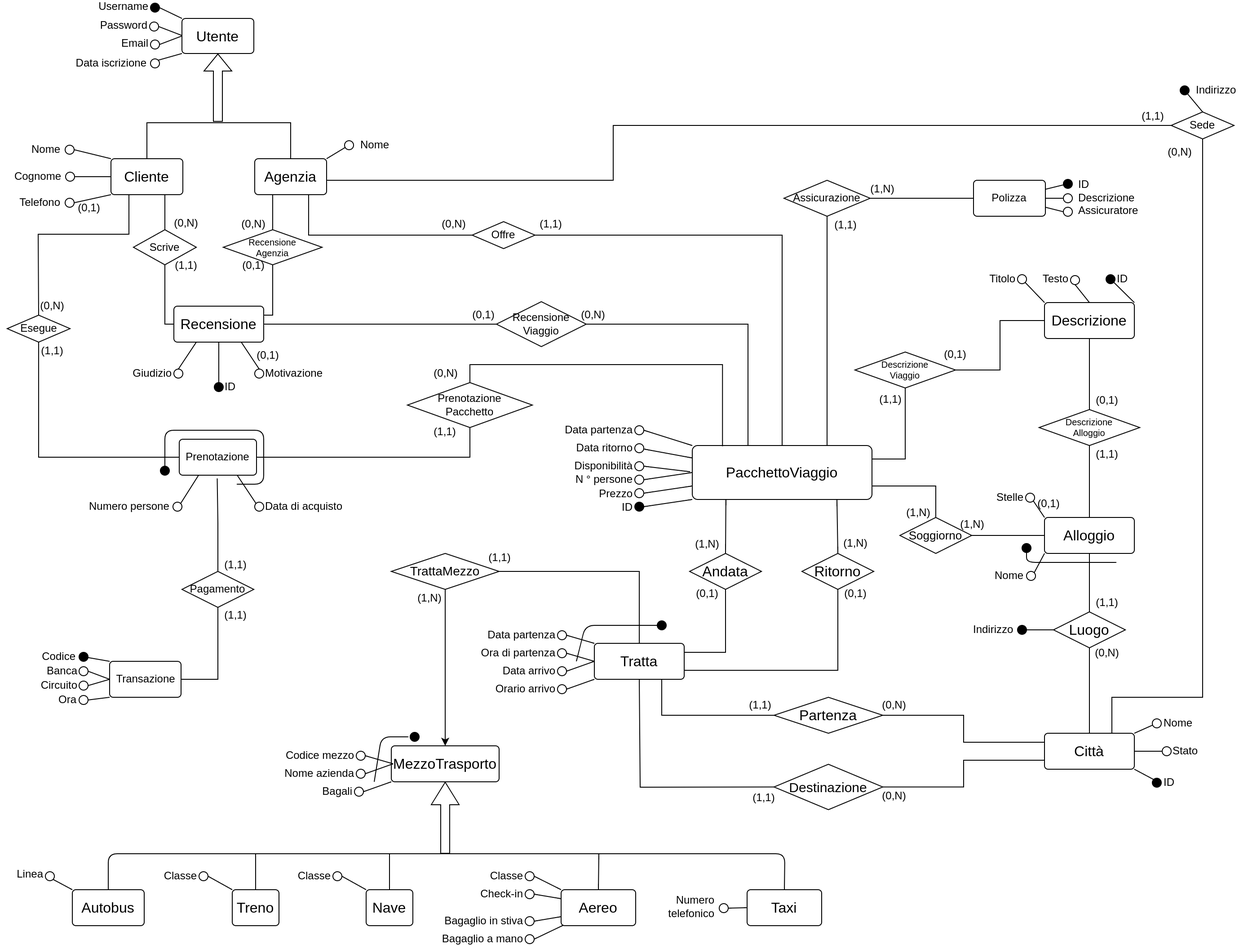
The draw.io diagram relazione/assets/ER_concettuale.png in bustre/Easy-travel, before a commit. Source tidied: cells renumbered, new cells last; positions are measured from the earlier drawing's top-left corner, leaving out a move shared by most shapes.
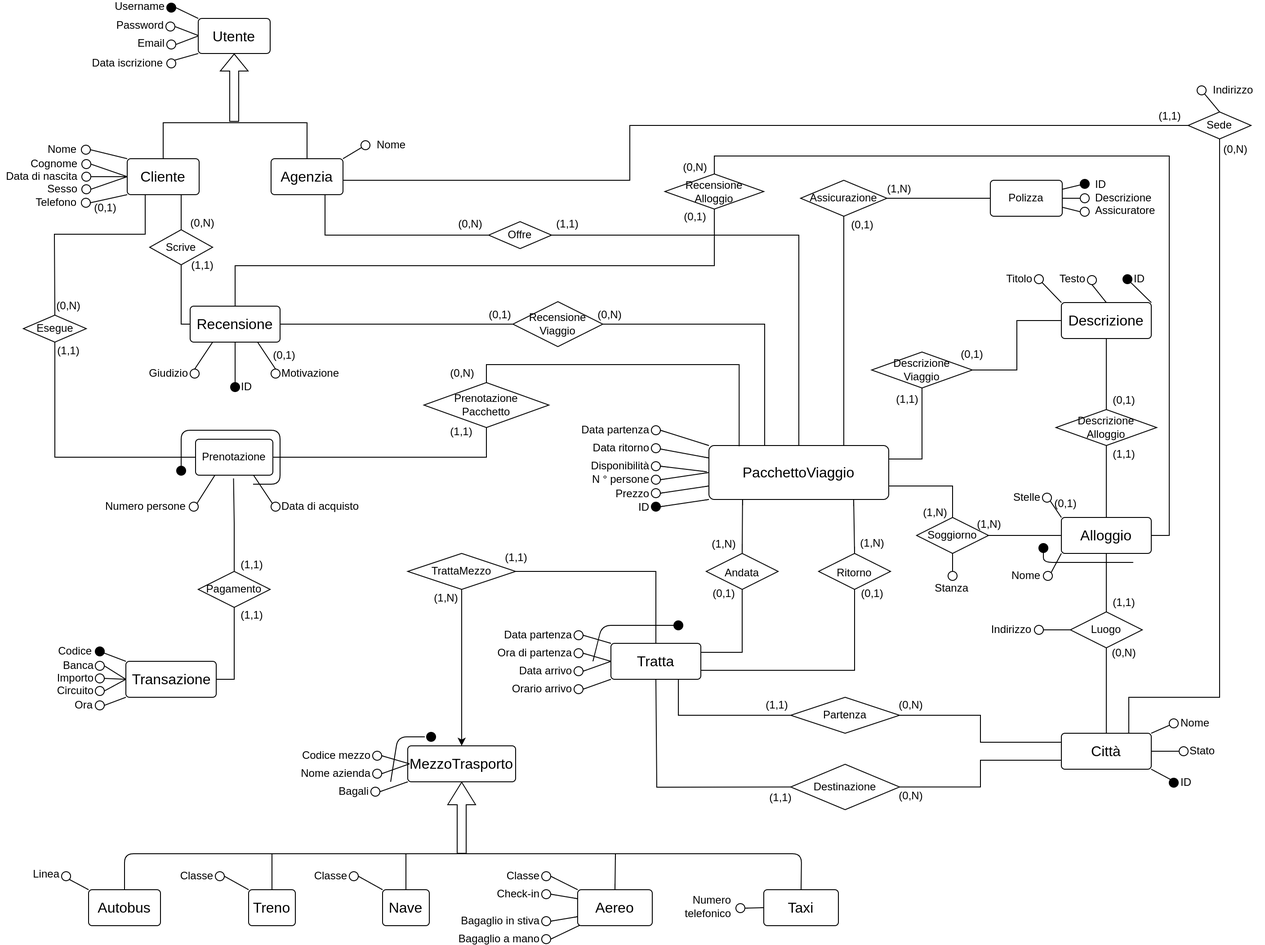
After the commit.

Commit message:
Sistemazione incoerenza ER

Change to the diagram source:
```diff
@@ -96,6 +96,6 @@
     </mxCell>
-    <mxCell id="30" value="Andata" style="shape=rhombus;perimeter=rhombusPerimeter;whiteSpace=wrap;html=1;align=center;fontSize=16;" parent="29" vertex="1">
+    <mxCell id="30" value="&lt;font style=&quot;font-size: 12px;&quot;&gt;Andata&lt;/font&gt;" style="shape=rhombus;perimeter=rhombusPerimeter;whiteSpace=wrap;html=1;align=center;fontSize=16;" parent="29" vertex="1">
       <mxGeometry x="-15" y="26" width="80" height="40" as="geometry" />
     </mxCell>
-    <mxCell id="31" value="Ritorno" style="shape=rhombus;perimeter=rhombusPerimeter;whiteSpace=wrap;html=1;align=center;fontSize=16;" parent="29" vertex="1">
+    <mxCell id="31" value="&lt;font style=&quot;font-size: 12px;&quot;&gt;Ritorno&lt;/font&gt;" style="shape=rhombus;perimeter=rhombusPerimeter;whiteSpace=wrap;html=1;align=center;fontSize=16;" parent="29" vertex="1">
       <mxGeometry x="110" y="26" width="80" height="40" as="geometry" />
@@ -153,3 +153,3 @@
     </mxCell>
-    <mxCell id="49" value="TrattaMezzo" style="shape=rhombus;perimeter=rhombusPerimeter;whiteSpace=wrap;html=1;align=center;fontSize=14;" parent="1" vertex="1">
+    <mxCell id="49" value="TrattaMezzo" style="shape=rhombus;perimeter=rhombusPerimeter;whiteSpace=wrap;html=1;align=center;fontSize=12;" parent="1" vertex="1">
       <mxGeometry x="435" y="613" width="120" height="40" as="geometry" />
@@ -376,3 +376,3 @@
     </mxCell>
-    <mxCell id="111" value="Destinazione" style="shape=rhombus;perimeter=rhombusPerimeter;whiteSpace=wrap;align=center;fontSize=15;verticalAlign=middle;" parent="1" vertex="1">
+    <mxCell id="111" value="Destinazione" style="shape=rhombus;perimeter=rhombusPerimeter;whiteSpace=wrap;align=center;fontSize=12;verticalAlign=middle;" parent="1" vertex="1">
       <mxGeometry x="861" y="847.5" width="121" height="50.5" as="geometry" />
@@ -417,3 +417,3 @@
     </mxCell>
-    <mxCell id="122" value="Descrizione&lt;br style=&quot;font-size: 10px;&quot;&gt;Viaggio" style="shape=rhombus;perimeter=rhombusPerimeter;whiteSpace=wrap;html=1;align=center;fontSize=10;" parent="1" vertex="1">
+    <mxCell id="122" value="Descrizione&lt;br style=&quot;font-size: 12px;&quot;&gt;Viaggio" style="shape=rhombus;perimeter=rhombusPerimeter;whiteSpace=wrap;html=1;align=center;fontSize=12;" parent="1" vertex="1">
       <mxGeometry x="951" y="389" width="112" height="40" as="geometry" />
@@ -423,3 +423,3 @@
     </mxCell>
-    <mxCell id="124" value="Soggiorno" style="shape=rhombus;perimeter=rhombusPerimeter;whiteSpace=wrap;html=1;align=center;fontSize=13;" parent="1" vertex="1">
+    <mxCell id="124" value="Soggiorno" style="shape=rhombus;perimeter=rhombusPerimeter;whiteSpace=wrap;html=1;align=center;fontSize=12;" parent="1" vertex="1">
       <mxGeometry x="1001" y="573" width="80" height="40" as="geometry" />
@@ -429,3 +429,3 @@
     </mxCell>
-    <mxCell id="126" value="Descrizione&lt;br&gt;Alloggio" style="shape=rhombus;perimeter=rhombusPerimeter;whiteSpace=wrap;html=1;align=center;fontSize=10;" parent="1" vertex="1">
+    <mxCell id="126" value="Descrizione&lt;br style=&quot;font-size: 12px;&quot;&gt;Alloggio" style="shape=rhombus;perimeter=rhombusPerimeter;whiteSpace=wrap;html=1;align=center;fontSize=12;" parent="1" vertex="1">
       <mxGeometry x="1156" y="453" width="112" height="40" as="geometry" />
@@ -438,3 +438,3 @@
     </mxCell>
-    <mxCell id="129" value="Luogo" style="shape=rhombus;perimeter=rhombusPerimeter;whiteSpace=wrap;html=1;align=center;fontSize=16;" parent="1" vertex="1">
+    <mxCell id="129" value="Luogo" style="shape=rhombus;perimeter=rhombusPerimeter;whiteSpace=wrap;html=1;align=center;fontSize=12;" parent="1" vertex="1">
       <mxGeometry x="1172" y="678" width="80" height="40" as="geometry" />
@@ -503,6 +503,6 @@
     <mxCell id="148" style="ellipse;whiteSpace=wrap;html=1;fillColor=none;" parent="1" vertex="1">
-      <mxGeometry x="72.5" y="189" width="10" height="10" as="geometry" />
+      <mxGeometry x="72.5" y="175" width="10" height="10" as="geometry" />
     </mxCell>
     <mxCell id="149" value="Cognome" style="text;html=1;strokeColor=none;fillColor=none;align=right;verticalAlign=middle;whiteSpace=wrap;rounded=0;" parent="1" vertex="1">
-      <mxGeometry x="9.5" y="189" width="60" height="10" as="geometry" />
+      <mxGeometry x="9.5" y="175" width="60" height="10" as="geometry" />
     </mxCell>
@@ -558,3 +558,3 @@
     </mxCell>
-    <mxCell id="164" value="Scrive" style="shape=rhombus;perimeter=rhombusPerimeter;whiteSpace=wrap;html=1;align=center;" parent="1" vertex="1">
+    <mxCell id="164" value="Scrive" style="shape=rhombus;perimeter=rhombusPerimeter;whiteSpace=wrap;html=1;align=center;fontSize=12;" parent="1" vertex="1">
       <mxGeometry x="148" y="253" width="70" height="39" as="geometry" />
@@ -564,2 +564,10 @@
     </mxCell>
+    <mxCell id="292" style="edgeStyle=orthogonalEdgeStyle;rounded=0;jettySize=auto;html=1;exitX=0.5;exitY=0;exitDx=0;exitDy=0;entryX=0.5;entryY=1;entryDx=0;entryDy=0;endArrow=none;endFill=0;" parent="1" edge="1" source="166" target="167">
+      <mxGeometry relative="1" as="geometry">
+        <Array as="points">
+          <mxPoint x="243" y="293" />
+          <mxPoint x="776" y="293" />
+        </Array>
+      </mxGeometry>
+    </mxCell>
     <mxCell id="166" value="Recensione" style="rounded=1;arcSize=10;whiteSpace=wrap;html=1;align=center;fontSize=16;" parent="1" vertex="1">
@@ -567,15 +575,8 @@
     </mxCell>
+    <mxCell id="293" style="edgeStyle=orthogonalEdgeStyle;rounded=0;jettySize=auto;html=1;exitX=0.5;exitY=0;exitDx=0;exitDy=0;entryX=1;entryY=0.5;entryDx=0;entryDy=0;endArrow=none;endFill=0;" parent="1" edge="1" source="167" target="120">
+      <mxGeometry relative="1" as="geometry" />
+    </mxCell>
-    <mxCell id="167" value="Recensione&lt;br style=&quot;font-size: 10px;&quot;&gt;Agenzia" style="shape=rhombus;perimeter=rhombusPerimeter;whiteSpace=wrap;html=1;align=center;fontSize=10;" parent="1" vertex="1">
-      <mxGeometry x="248" y="253" width="110" height="39" as="geometry" />
+    <mxCell id="167" value="Recensione&lt;br style=&quot;font-size: 12px;&quot;&gt;Alloggio" style="shape=rhombus;perimeter=rhombusPerimeter;whiteSpace=wrap;html=1;align=center;fontSize=12;" parent="1" vertex="1">
+      <mxGeometry x="721" y="191" width="110" height="39" as="geometry" />
     </mxCell>
-    <mxCell id="168" style="endArrow=none;html=1;rounded=0;exitX=0.5;exitY=0;exitDx=0;exitDy=0;entryX=0.25;entryY=1;entryDx=0;entryDy=0;" parent="1" edge="1" source="167" target="133">
-      <mxGeometry relative="1" as="geometry" />
-    </mxCell>
-    <mxCell id="169" style="endArrow=none;html=1;rounded=0;exitX=0.5;exitY=1;exitDx=0;exitDy=0;entryX=1;entryY=0.25;entryDx=0;entryDy=0;" parent="1" edge="1" source="167" target="166">
-      <mxGeometry relative="1" as="geometry">
-        <Array as="points">
-          <mxPoint x="303" y="348" />
-        </Array>
-      </mxGeometry>
-    </mxCell>
     <mxCell id="170" style="endArrow=none;html=1;rounded=0;exitX=0;exitY=0.5;exitDx=0;exitDy=0;entryX=0.5;entryY=1;entryDx=0;entryDy=0;" parent="1" edge="1" source="166" target="164">
@@ -623,3 +624,3 @@
     </mxCell>
-    <mxCell id="183" value="Esegue" style="shape=rhombus;perimeter=rhombusPerimeter;whiteSpace=wrap;html=1;align=center;" parent="1" vertex="1">
+    <mxCell id="183" value="Esegue" style="shape=rhombus;perimeter=rhombusPerimeter;whiteSpace=wrap;html=1;align=center;fontSize=12;" parent="1" vertex="1">
       <mxGeometry x="7.5" y="348" width="70" height="30" as="geometry" />
@@ -637,3 +638,3 @@
     </mxCell>
-    <mxCell id="186" value="Prenotazione&lt;br&gt;Pacchetto" style="shape=rhombus;perimeter=rhombusPerimeter;whiteSpace=wrap;html=1;align=center;" parent="1" vertex="1">
+    <mxCell id="186" value="Prenotazione&lt;br style=&quot;font-size: 12px;&quot;&gt;Pacchetto" style="shape=rhombus;perimeter=rhombusPerimeter;whiteSpace=wrap;html=1;align=center;fontSize=12;" parent="1" vertex="1">
       <mxGeometry x="453" y="423" width="139" height="50" as="geometry" />
@@ -661,3 +662,3 @@
     </mxCell>
-    <mxCell id="190" value="Recensione&lt;br&gt;Viaggio" style="shape=rhombus;perimeter=rhombusPerimeter;whiteSpace=wrap;html=1;align=center;" parent="1" vertex="1">
+    <mxCell id="190" value="Recensione&lt;br style=&quot;font-size: 12px;&quot;&gt;Viaggio" style="shape=rhombus;perimeter=rhombusPerimeter;whiteSpace=wrap;html=1;align=center;fontSize=12;" parent="1" vertex="1">
       <mxGeometry x="552" y="333" width="100" height="50" as="geometry" />
@@ -667,3 +668,3 @@
     </mxCell>
-    <mxCell id="192" value="Offre" style="shape=rhombus;perimeter=rhombusPerimeter;whiteSpace=wrap;html=1;align=center;" parent="1" vertex="1">
+    <mxCell id="192" value="Offre" style="shape=rhombus;perimeter=rhombusPerimeter;whiteSpace=wrap;html=1;align=center;fontSize=12;" parent="1" vertex="1">
       <mxGeometry x="525" y="244" width="70" height="30" as="geometry" />
@@ -673,3 +674,3 @@
     </mxCell>
-    <mxCell id="194" value="Partenza" style="shape=rhombus;perimeter=rhombusPerimeter;whiteSpace=wrap;html=1;align=center;fontSize=16;" parent="1" vertex="1">
+    <mxCell id="194" value="Partenza" style="shape=rhombus;perimeter=rhombusPerimeter;whiteSpace=wrap;html=1;align=center;fontSize=12;" parent="1" vertex="1">
       <mxGeometry x="861" y="773" width="121" height="40" as="geometry" />
@@ -740,3 +741,3 @@
     </mxCell>
-    <mxCell id="213" value="Sede" style="shape=rhombus;perimeter=rhombusPerimeter;whiteSpace=wrap;html=1;align=center;" parent="1" vertex="1">
+    <mxCell id="213" value="Sede" style="shape=rhombus;perimeter=rhombusPerimeter;whiteSpace=wrap;html=1;align=center;fontSize=12;" parent="1" vertex="1">
       <mxGeometry x="1303" y="122" width="70" height="30" as="geometry" />
@@ -750,6 +751,6 @@
     <mxCell id="216" value="(0,N)" style="text;html=1;strokeColor=none;fillColor=none;align=center;verticalAlign=middle;whiteSpace=wrap;rounded=0;" parent="1" vertex="1">
-      <mxGeometry x="252" y="232" width="60" height="30" as="geometry" />
+      <mxGeometry x="725" y="169" width="60" height="30" as="geometry" />
     </mxCell>
     <mxCell id="217" value="(0,1)" style="text;html=1;strokeColor=none;fillColor=none;align=center;verticalAlign=middle;whiteSpace=wrap;rounded=0;" parent="1" vertex="1">
-      <mxGeometry x="252" y="278" width="60" height="30" as="geometry" />
+      <mxGeometry x="725" y="224" width="60" height="30" as="geometry" />
     </mxCell>
@@ -765,3 +766,3 @@
     <mxCell id="221" value="(0,N)" style="text;html=1;strokeColor=none;fillColor=none;align=center;verticalAlign=middle;whiteSpace=wrap;rounded=0;" parent="1" vertex="1">
-      <mxGeometry x="1283" y="152" width="60" height="30" as="geometry" />
+      <mxGeometry x="1326" y="149" width="60" height="30" as="geometry" />
     </mxCell>
@@ -827,3 +828,3 @@
     </mxCell>
-    <mxCell id="242" value="Assicurazione" style="shape=rhombus;perimeter=rhombusPerimeter;whiteSpace=wrap;html=1;align=center;" parent="1" vertex="1">
+    <mxCell id="242" value="Assicurazione" style="shape=rhombus;perimeter=rhombusPerimeter;whiteSpace=wrap;html=1;align=center;fontSize=12;" parent="1" vertex="1">
       <mxGeometry x="872" y="198" width="96" height="40" as="geometry" />
@@ -860,3 +861,3 @@
     </mxCell>
-    <mxCell id="253" value="(1,1)" style="text;html=1;strokeColor=none;fillColor=none;align=center;verticalAlign=middle;whiteSpace=wrap;rounded=0;" parent="1" vertex="1">
+    <mxCell id="253" value="(0,1)" style="text;html=1;strokeColor=none;fillColor=none;align=center;verticalAlign=middle;whiteSpace=wrap;rounded=0;" parent="1" vertex="1">
       <mxGeometry x="911" y="233" width="60" height="30" as="geometry" />
@@ -869,3 +870,3 @@
     </mxCell>
-    <mxCell id="256" value="Pagamento" style="shape=rhombus;perimeter=rhombusPerimeter;whiteSpace=wrap;html=1;align=center;" parent="1" vertex="1">
+    <mxCell id="256" value="Pagamento" style="shape=rhombus;perimeter=rhombusPerimeter;whiteSpace=wrap;html=1;align=center;fontSize=12;" parent="1" vertex="1">
       <mxGeometry x="202" y="633" width="80" height="40" as="geometry" />
@@ -875,4 +876,4 @@
     </mxCell>
-    <mxCell id="258" value="Transazione" style="rounded=1;arcSize=10;whiteSpace=wrap;html=1;align=center;" parent="1" vertex="1">
-      <mxGeometry x="121.5" y="733" width="79.5" height="40" as="geometry" />
+    <mxCell id="258" value="Transazione" style="rounded=1;arcSize=10;whiteSpace=wrap;html=1;align=center;fontSize=16;" parent="1" vertex="1">
+      <mxGeometry x="121.5" y="733" width="100.5" height="40" as="geometry" />
     </mxCell>
@@ -882,6 +883,6 @@
     <mxCell id="260" style="ellipse;whiteSpace=wrap;html=1;fillColor=#000000;" parent="1" vertex="1">
-      <mxGeometry x="87.5" y="723" width="10" height="10" as="geometry" />
+      <mxGeometry x="87.5" y="717" width="10" height="10" as="geometry" />
     </mxCell>
     <mxCell id="261" style="ellipse;whiteSpace=wrap;html=1;" parent="1" vertex="1">
-      <mxGeometry x="87.5" y="739" width="10" height="10" as="geometry" />
+      <mxGeometry x="87.5" y="733" width="10" height="10" as="geometry" />
     </mxCell>
@@ -891,9 +892,9 @@
     <mxCell id="263" value="Codice" style="text;html=1;strokeColor=none;fillColor=none;align=right;verticalAlign=middle;whiteSpace=wrap;rounded=0;" parent="1" vertex="1">
-      <mxGeometry x="25.5" y="723" width="60" height="10" as="geometry" />
+      <mxGeometry x="25.5" y="717" width="60" height="10" as="geometry" />
     </mxCell>
     <mxCell id="264" value="Banca" style="text;html=1;strokeColor=none;fillColor=none;align=right;verticalAlign=middle;whiteSpace=wrap;rounded=0;" parent="1" vertex="1">
-      <mxGeometry x="27.5" y="739" width="60" height="10" as="geometry" />
+      <mxGeometry x="27.5" y="733" width="60" height="10" as="geometry" />
     </mxCell>
     <mxCell id="265" style="ellipse;whiteSpace=wrap;html=1;" parent="1" vertex="1">
-      <mxGeometry x="87.5" y="771" width="10" height="10" as="geometry" />
+      <mxGeometry x="87.5" y="777" width="10" height="10" as="geometry" />
     </mxCell>
@@ -903,9 +904,9 @@
     <mxCell id="267" value="Ora" style="text;html=1;strokeColor=none;fillColor=none;align=right;verticalAlign=middle;whiteSpace=wrap;rounded=0;" parent="1" vertex="1">
-      <mxGeometry x="27" y="771" width="60" height="10" as="geometry" />
+      <mxGeometry x="27" y="777" width="60" height="10" as="geometry" />
     </mxCell>
     <mxCell id="268" style="ellipse;whiteSpace=wrap;html=1;" parent="1" vertex="1">
-      <mxGeometry x="87.5" y="755" width="10" height="10" as="geometry" />
+      <mxGeometry x="87.5" y="761" width="10" height="10" as="geometry" />
     </mxCell>
     <mxCell id="269" value="Circuito" style="text;html=1;strokeColor=none;fillColor=none;align=right;verticalAlign=middle;whiteSpace=wrap;rounded=0;" parent="1" vertex="1">
-      <mxGeometry x="27.5" y="755" width="60" height="10" as="geometry" />
+      <mxGeometry x="27.5" y="761" width="60" height="10" as="geometry" />
     </mxCell>
@@ -964,3 +965,3 @@
     </mxCell>
-    <mxCell id="287" style="ellipse;whiteSpace=wrap;html=1;fillColor=#000000;" parent="1" vertex="1">
+    <mxCell id="287" style="ellipse;whiteSpace=wrap;html=1;fillColor=none;" parent="1" vertex="1">
       <mxGeometry x="1313" y="93" width="10" height="10" as="geometry" />
@@ -970,11 +971,54 @@
     </mxCell>
-    <mxCell id="289" style="ellipse;whiteSpace=wrap;html=1;fillColor=#000000;" parent="1" vertex="1">
+    <mxCell id="289" style="ellipse;whiteSpace=wrap;html=1;fillColor=none;" parent="1" vertex="1">
       <mxGeometry x="1132" y="693" width="10" height="10" as="geometry" />
     </mxCell>
-    <mxCell id="290" value="Indirizzo" style="text;html=1;strokeColor=none;fillColor=none;align=left;verticalAlign=middle;whiteSpace=wrap;rounded=0;" parent="1" vertex="1">
-      <mxGeometry x="1081" y="690" width="60" height="16" as="geometry" />
+    <mxCell id="290" value="Indirizzo" style="text;html=1;strokeColor=none;fillColor=none;align=right;verticalAlign=middle;whiteSpace=wrap;rounded=0;" parent="1" vertex="1">
+      <mxGeometry x="1071" y="690" width="60" height="16" as="geometry" />
     </mxCell>
-    <mxCell id="291" style="endArrow=none;html=1;rounded=0;exitX=1;exitY=0.5;exitDx=0;exitDy=0;entryX=0;entryY=0.5;entryDx=0;entryDy=0;" parent="1" edge="1" source="290" target="129">
-      <mxGeometry relative="1" as="geometry" />
+    <mxCell id="291" style="endArrow=none;html=1;rounded=0;entryX=0;entryY=0.5;entryDx=0;entryDy=0;" parent="1" edge="1" target="129">
+      <mxGeometry relative="1" as="geometry">
+        <mxPoint x="1142" y="698" as="sourcePoint" />
+      </mxGeometry>
     </mxCell>
+    <mxCell id="294" style="endArrow=none;html=1;rounded=0;entryX=0.5;entryY=1;entryDx=0;entryDy=0;" parent="1" edge="1" source="296" target="124">
+      <mxGeometry relative="1" as="geometry" />
+    </mxCell>
+    <mxCell id="295" style="endArrow=none;html=1;rounded=0;entryX=0.5;entryY=1;entryDx=0;entryDy=0;" parent="1" edge="1" target="296">
+      <mxGeometry relative="1" as="geometry">
+        <mxPoint x="1042" y="640" as="sourcePoint" />
+      </mxGeometry>
+    </mxCell>
+    <mxCell id="296" style="ellipse;whiteSpace=wrap;html=1;" parent="1" vertex="1">
+      <mxGeometry x="1036" y="633" width="10" height="10" as="geometry" />
+    </mxCell>
+    <mxCell id="297" value="Stanza" style="text;html=1;strokeColor=none;fillColor=none;align=right;verticalAlign=middle;whiteSpace=wrap;rounded=0;" parent="1" vertex="1">
+      <mxGeometry x="1001" y="644" width="60" height="16" as="geometry" />
+    </mxCell>
+    <mxCell id="298" style="ellipse;whiteSpace=wrap;html=1;fillColor=none;" parent="1" vertex="1">
+      <mxGeometry x="72.5" y="189" width="10" height="10" as="geometry" />
+    </mxCell>
+    <mxCell id="299" value="Data di nascita" style="text;html=1;strokeColor=none;fillColor=none;align=right;verticalAlign=middle;whiteSpace=wrap;rounded=0;" parent="1" vertex="1">
+      <mxGeometry x="-18" y="189" width="87.5" height="10" as="geometry" />
+    </mxCell>
+    <mxCell id="300" style="endArrow=none;html=1;rounded=0;exitX=1;exitY=0.5;exitDx=0;exitDy=0;entryX=0;entryY=0.5;entryDx=0;entryDy=0;" parent="1" edge="1" source="298" target="134">
+      <mxGeometry relative="1" as="geometry" />
+    </mxCell>
+    <mxCell id="301" style="ellipse;whiteSpace=wrap;html=1;fillColor=none;" parent="1" vertex="1">
+      <mxGeometry x="72.5" y="203" width="10" height="10" as="geometry" />
+    </mxCell>
+    <mxCell id="302" value="Sesso" style="text;html=1;strokeColor=none;fillColor=none;align=right;verticalAlign=middle;whiteSpace=wrap;rounded=0;" parent="1" vertex="1">
+      <mxGeometry x="9.5" y="203" width="60" height="10" as="geometry" />
+    </mxCell>
+    <mxCell id="303" style="endArrow=none;html=1;rounded=0;exitX=1;exitY=0.5;exitDx=0;exitDy=0;entryX=0;entryY=0.5;entryDx=0;entryDy=0;" parent="1" edge="1" source="301" target="134">
+      <mxGeometry relative="1" as="geometry" />
+    </mxCell>
+    <mxCell id="304" style="ellipse;whiteSpace=wrap;html=1;" parent="1" vertex="1">
+      <mxGeometry x="87.5" y="747" width="10" height="10" as="geometry" />
+    </mxCell>
+    <mxCell id="305" value="Importo" style="text;html=1;strokeColor=none;fillColor=none;align=right;verticalAlign=middle;whiteSpace=wrap;rounded=0;" parent="1" vertex="1">
+      <mxGeometry x="27.5" y="747" width="60" height="10" as="geometry" />
+    </mxCell>
+    <mxCell id="306" style="endArrow=none;html=1;rounded=0;exitX=1;exitY=0.5;exitDx=0;exitDy=0;entryX=0;entryY=0.5;entryDx=0;entryDy=0;" parent="1" edge="1" source="304" target="258">
+      <mxGeometry relative="1" as="geometry" />
+    </mxCell>
   </root>
```
